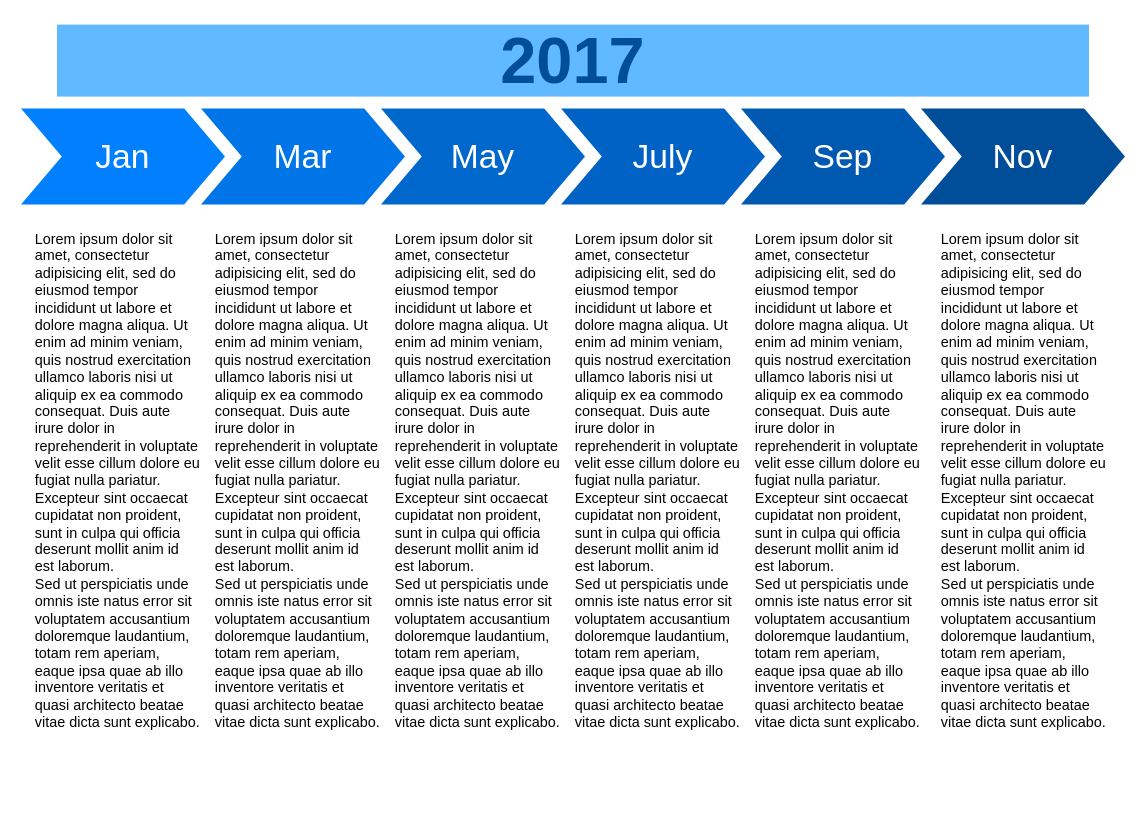
Earlier version of the draw.io diagram timeline2Diagram.drawio (Yolanys06/Yolanys06.github.io). Source tidied: cells renumbered, new cells numbered last; positions are measured from the earlier drawing's top-left corner, leaving out a move shared by most shapes. Both pictures are drawn from the tidied source at 120%, with x=0, y=0 at pixel (20, 24).
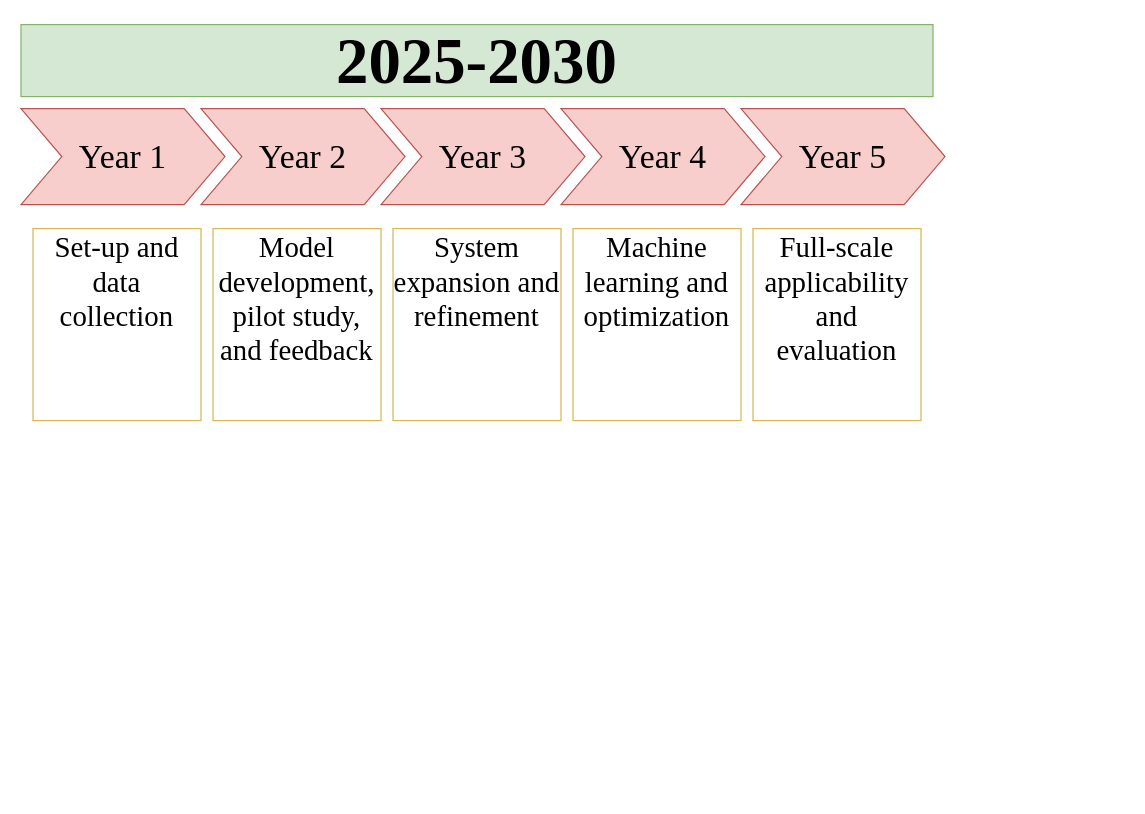
The same diagram, later.

Diff of the diagram source:
```diff
@@
 <mxGraphModel>
   <root>
     <mxCell id="0" />
     <mxCell id="1" parent="0" />
-    <mxCell id="2" value="Jan" style="shape=step;whiteSpace=wrap;html=1;fontSize=28;fillColor=#0080FF;fontColor=#FFFFFF;strokeColor=none;" parent="1" vertex="1">
+    <mxCell id="2" value="&lt;font face=&quot;Times New Roman&quot;&gt;Year 1&lt;/font&gt;" style="shape=step;whiteSpace=wrap;html=1;fontSize=28;fillColor=#f8cecc;strokeColor=#b85450;" parent="1" vertex="1">
       <mxGeometry y="70" width="170" height="80" as="geometry" />
     </mxCell>
-    <mxCell id="3" value="Mar" style="shape=step;whiteSpace=wrap;html=1;fontSize=28;fillColor=#0075E8;fontColor=#FFFFFF;strokeColor=none;" parent="1" vertex="1">
+    <mxCell id="3" value="&lt;font face=&quot;Times New Roman&quot;&gt;Year 2&lt;/font&gt;" style="shape=step;whiteSpace=wrap;html=1;fontSize=28;fillColor=#f8cecc;strokeColor=#b85450;" parent="1" vertex="1">
       <mxGeometry x="150" y="70" width="170" height="80" as="geometry" />
     </mxCell>
-    <mxCell id="4" value="May" style="shape=step;whiteSpace=wrap;html=1;fontSize=28;fillColor=#0067CC;fontColor=#FFFFFF;strokeColor=none;" parent="1" vertex="1">
+    <mxCell id="4" value="&lt;font face=&quot;Times New Roman&quot;&gt;Year 3&lt;/font&gt;" style="shape=step;whiteSpace=wrap;html=1;fontSize=28;fillColor=#f8cecc;strokeColor=#b85450;" parent="1" vertex="1">
       <mxGeometry x="300" y="70" width="170" height="80" as="geometry" />
     </mxCell>
-    <mxCell id="5" value="July" style="shape=step;whiteSpace=wrap;html=1;fontSize=28;fillColor=#0062C4;fontColor=#FFFFFF;strokeColor=none;" parent="1" vertex="1">
+    <mxCell id="5" value="&lt;font face=&quot;Times New Roman&quot;&gt;Year 4&lt;/font&gt;" style="shape=step;whiteSpace=wrap;html=1;fontSize=28;fillColor=#f8cecc;strokeColor=#b85450;" parent="1" vertex="1">
       <mxGeometry x="450" y="70" width="170" height="80" as="geometry" />
     </mxCell>
-    <mxCell id="6" value="Sep" style="shape=step;whiteSpace=wrap;html=1;fontSize=28;fillColor=#0059B0;fontColor=#FFFFFF;strokeColor=none;" parent="1" vertex="1">
+    <mxCell id="6" value="&lt;font face=&quot;Times New Roman&quot;&gt;Year 5&lt;/font&gt;" style="shape=step;whiteSpace=wrap;html=1;fontSize=28;fillColor=#f8cecc;strokeColor=#b85450;" parent="1" vertex="1">
       <mxGeometry x="600" y="70" width="170" height="80" as="geometry" />
     </mxCell>
-    <mxCell id="7" value="Nov" style="shape=step;whiteSpace=wrap;html=1;fontSize=28;fillColor=#004D99;fontColor=#FFFFFF;strokeColor=none;" parent="1" vertex="1">
-      <mxGeometry x="750" y="70" width="170" height="80" as="geometry" />
-    </mxCell>
-    <mxCell id="8" value="2017" style="text;html=1;strokeColor=none;fillColor=#61BAFF;align=center;verticalAlign=middle;whiteSpace=wrap;fontSize=54;fontStyle=1;fontColor=#004D99;" parent="1" vertex="1">
-      <mxGeometry x="30" width="860" height="60" as="geometry" />
+    <mxCell id="8" value="&lt;font face=&quot;Times New Roman&quot;&gt;2025-2030&lt;/font&gt;" style="text;html=1;strokeColor=#82b366;fillColor=#d5e8d4;align=center;verticalAlign=middle;whiteSpace=wrap;fontSize=54;fontStyle=1;" parent="1" vertex="1">
+      <mxGeometry width="760" height="60" as="geometry" />
     </mxCell>
-    <mxCell id="9" value="Lorem ipsum dolor sit amet, consectetur adipisicing elit, sed do eiusmod tempor incididunt ut labore et dolore magna aliqua. Ut enim ad minim veniam, quis nostrud exercitation ullamco laboris nisi ut aliquip ex ea commodo consequat. Duis aute irure dolor in reprehenderit in voluptate velit esse cillum dolore eu fugiat nulla pariatur. Excepteur sint occaecat cupidatat non proident, sunt in culpa qui officia deserunt mollit anim id est laborum.&lt;br&gt;Sed ut perspiciatis unde omnis iste natus error sit voluptatem accusantium doloremque laudantium, totam rem aperiam, eaque ipsa quae ab illo inventore veritatis et quasi architecto beatae vitae dicta sunt explicabo." style="text;spacingTop=-5;fillColor=#ffffff;whiteSpace=wrap;html=1;align=left;fontSize=12;fontFamily=Helvetica;fillColor=none;strokeColor=none;" parent="1" vertex="1">
-      <mxGeometry x="10" y="170" width="140" height="470" as="geometry" />
+    <mxCell id="9" value="&lt;font face=&quot;Times New Roman&quot; style=&quot;font-size: 24px;&quot;&gt;Set-up and data collection&lt;/font&gt;" style="text;spacingTop=-5;fillColor=default;whiteSpace=wrap;html=1;align=center;fontSize=12;fontFamily=Helvetica;fillColor=none;strokeColor=#d6b656;" parent="1" vertex="1">
+      <mxGeometry x="10" y="170" width="140" height="160" as="geometry" />
     </mxCell>
-    <mxCell id="10" value="Lorem ipsum dolor sit amet, consectetur adipisicing elit, sed do eiusmod tempor incididunt ut labore et dolore magna aliqua. Ut enim ad minim veniam, quis nostrud exercitation ullamco laboris nisi ut aliquip ex ea commodo consequat. Duis aute irure dolor in reprehenderit in voluptate velit esse cillum dolore eu fugiat nulla pariatur. Excepteur sint occaecat cupidatat non proident, sunt in culpa qui officia deserunt mollit anim id est laborum.&lt;br&gt;Sed ut perspiciatis unde omnis iste natus error sit voluptatem accusantium doloremque laudantium, totam rem aperiam, eaque ipsa quae ab illo inventore veritatis et quasi architecto beatae vitae dicta sunt explicabo." style="text;spacingTop=-5;fillColor=#ffffff;whiteSpace=wrap;html=1;align=left;fontSize=12;fontFamily=Helvetica;fillColor=none;strokeColor=none;" parent="1" vertex="1">
-      <mxGeometry x="160" y="170" width="140" height="470" as="geometry" />
+    <mxCell id="10" value="&lt;div style=&quot;&quot;&gt;&lt;span style=&quot;font-size: 24px; font-family: &amp;quot;Times New Roman&amp;quot;; background-color: initial;&quot;&gt;Model development, pilot study, and feedback&lt;/span&gt;&lt;/div&gt;" style="text;spacingTop=-5;fillColor=#fff2cc;whiteSpace=wrap;html=1;align=center;fontSize=12;fontFamily=Helvetica;fillColor=none;strokeColor=#d6b656;" parent="1" vertex="1">
+      <mxGeometry x="160" y="170" width="140" height="160" as="geometry" />
     </mxCell>
-    <mxCell id="11" value="Lorem ipsum dolor sit amet, consectetur adipisicing elit, sed do eiusmod tempor incididunt ut labore et dolore magna aliqua. Ut enim ad minim veniam, quis nostrud exercitation ullamco laboris nisi ut aliquip ex ea commodo consequat. Duis aute irure dolor in reprehenderit in voluptate velit esse cillum dolore eu fugiat nulla pariatur. Excepteur sint occaecat cupidatat non proident, sunt in culpa qui officia deserunt mollit anim id est laborum.&lt;br&gt;Sed ut perspiciatis unde omnis iste natus error sit voluptatem accusantium doloremque laudantium, totam rem aperiam, eaque ipsa quae ab illo inventore veritatis et quasi architecto beatae vitae dicta sunt explicabo." style="text;spacingTop=-5;fillColor=#ffffff;whiteSpace=wrap;html=1;align=left;fontSize=12;fontFamily=Helvetica;fillColor=none;strokeColor=none;" parent="1" vertex="1">
-      <mxGeometry x="310" y="170" width="140" height="470" as="geometry" />
+    <mxCell id="11" value="&lt;font face=&quot;Times New Roman&quot; style=&quot;font-size: 24px;&quot;&gt;System expansion and refinement&lt;/font&gt;" style="text;spacingTop=-5;fillColor=#fff2cc;whiteSpace=wrap;html=1;align=center;fontSize=12;fontFamily=Helvetica;fillColor=none;strokeColor=#d6b656;" parent="1" vertex="1">
+      <mxGeometry x="310" y="170" width="140" height="160" as="geometry" />
     </mxCell>
-    <mxCell id="12" value="Lorem ipsum dolor sit amet, consectetur adipisicing elit, sed do eiusmod tempor incididunt ut labore et dolore magna aliqua. Ut enim ad minim veniam, quis nostrud exercitation ullamco laboris nisi ut aliquip ex ea commodo consequat. Duis aute irure dolor in reprehenderit in voluptate velit esse cillum dolore eu fugiat nulla pariatur. Excepteur sint occaecat cupidatat non proident, sunt in culpa qui officia deserunt mollit anim id est laborum.&lt;br&gt;Sed ut perspiciatis unde omnis iste natus error sit voluptatem accusantium doloremque laudantium, totam rem aperiam, eaque ipsa quae ab illo inventore veritatis et quasi architecto beatae vitae dicta sunt explicabo." style="text;spacingTop=-5;fillColor=#ffffff;whiteSpace=wrap;html=1;align=left;fontSize=12;fontFamily=Helvetica;fillColor=none;strokeColor=none;" parent="1" vertex="1">
-      <mxGeometry x="460" y="170" width="140" height="470" as="geometry" />
+    <mxCell id="12" value="&lt;font face=&quot;Times New Roman&quot; style=&quot;font-size: 24px;&quot;&gt;Machine learning and optimization&lt;/font&gt;" style="text;spacingTop=-5;fillColor=#fff2cc;whiteSpace=wrap;html=1;align=center;fontSize=12;fontFamily=Helvetica;fillColor=none;strokeColor=#d6b656;" parent="1" vertex="1">
+      <mxGeometry x="460" y="170" width="140" height="160" as="geometry" />
     </mxCell>
-    <mxCell id="13" value="Lorem ipsum dolor sit amet, consectetur adipisicing elit, sed do eiusmod tempor incididunt ut labore et dolore magna aliqua. Ut enim ad minim veniam, quis nostrud exercitation ullamco laboris nisi ut aliquip ex ea commodo consequat. Duis aute irure dolor in reprehenderit in voluptate velit esse cillum dolore eu fugiat nulla pariatur. Excepteur sint occaecat cupidatat non proident, sunt in culpa qui officia deserunt mollit anim id est laborum.&lt;br&gt;Sed ut perspiciatis unde omnis iste natus error sit voluptatem accusantium doloremque laudantium, totam rem aperiam, eaque ipsa quae ab illo inventore veritatis et quasi architecto beatae vitae dicta sunt explicabo." style="text;spacingTop=-5;fillColor=#ffffff;whiteSpace=wrap;html=1;align=left;fontSize=12;fontFamily=Helvetica;fillColor=none;strokeColor=none;" parent="1" vertex="1">
-      <mxGeometry x="610" y="170" width="140" height="470" as="geometry" />
+    <mxCell id="13" value="&lt;font face=&quot;Times New Roman&quot; style=&quot;font-size: 24px;&quot;&gt;Full-scale applicability and evaluation&lt;/font&gt;" style="text;spacingTop=-5;fillColor=#fff2cc;whiteSpace=wrap;html=1;align=center;fontSize=12;fontFamily=Helvetica;fillColor=none;strokeColor=#d6b656;" parent="1" vertex="1">
+      <mxGeometry x="610" y="170" width="140" height="160" as="geometry" />
     </mxCell>
-    <mxCell id="14" value="Lorem ipsum dolor sit amet, consectetur adipisicing elit, sed do eiusmod tempor incididunt ut labore et dolore magna aliqua. Ut enim ad minim veniam, quis nostrud exercitation ullamco laboris nisi ut aliquip ex ea commodo consequat. Duis aute irure dolor in reprehenderit in voluptate velit esse cillum dolore eu fugiat nulla pariatur. Excepteur sint occaecat cupidatat non proident, sunt in culpa qui officia deserunt mollit anim id est laborum.&lt;br&gt;Sed ut perspiciatis unde omnis iste natus error sit voluptatem accusantium doloremque laudantium, totam rem aperiam, eaque ipsa quae ab illo inventore veritatis et quasi architecto beatae vitae dicta sunt explicabo." style="text;spacingTop=-5;fillColor=#ffffff;whiteSpace=wrap;html=1;align=left;fontSize=12;fontFamily=Helvetica;fillColor=none;strokeColor=none;" parent="1" vertex="1">
-      <mxGeometry x="765" y="170" width="140" height="470" as="geometry" />
-    </mxCell>
   </root>
 </mxGraphModel>
```
